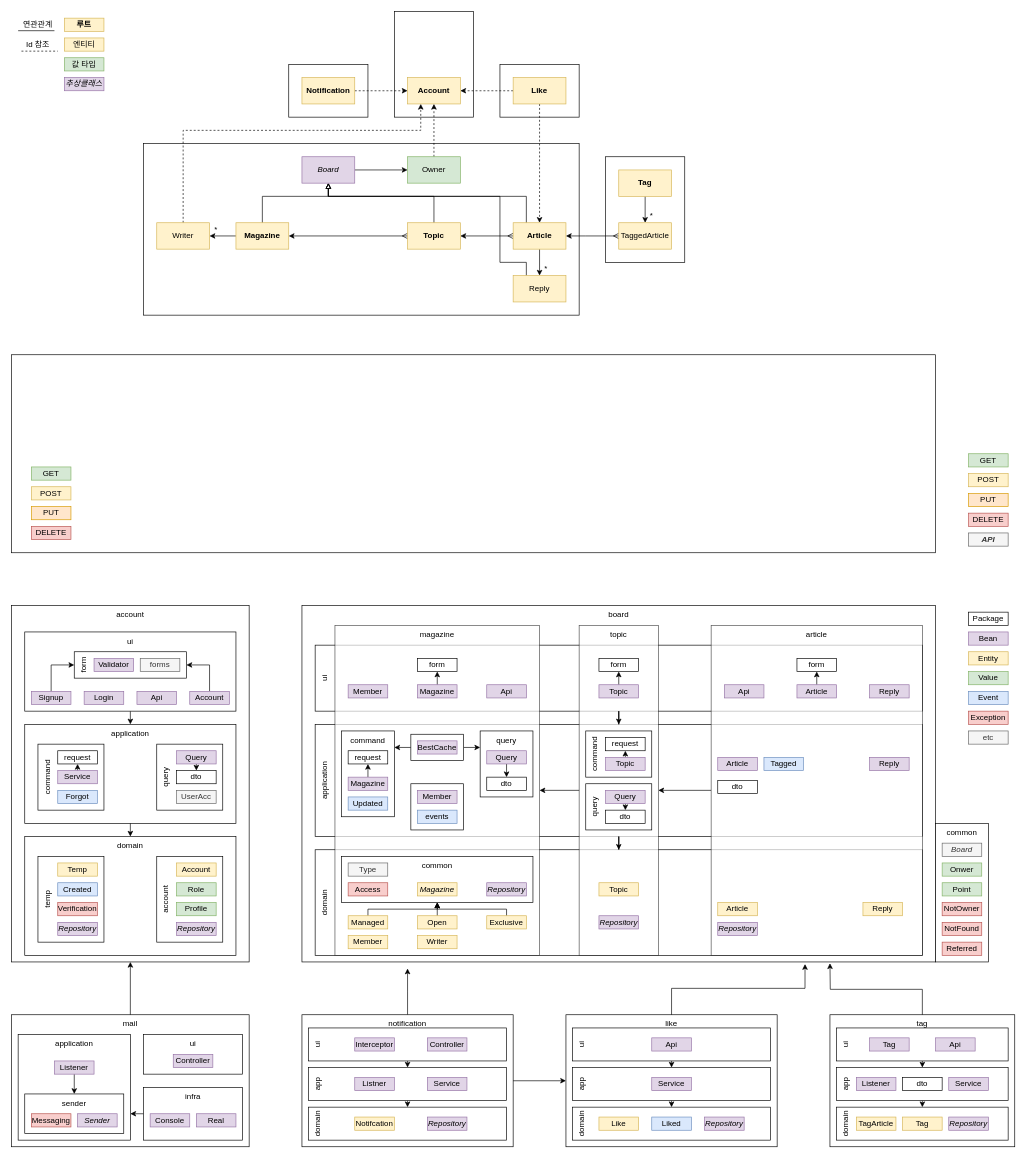
The draw.io diagram diagram.drawio in suloginscene/dinner, before the edit. Source tidied: cells renumbered, new cells numbered last; positions are measured from the earlier drawing's top-left corner, leaving out a move shared by most shapes. Both pictures are drawn from the tidied source at 66%, with x=0, y=0 at pixel (11, 11).
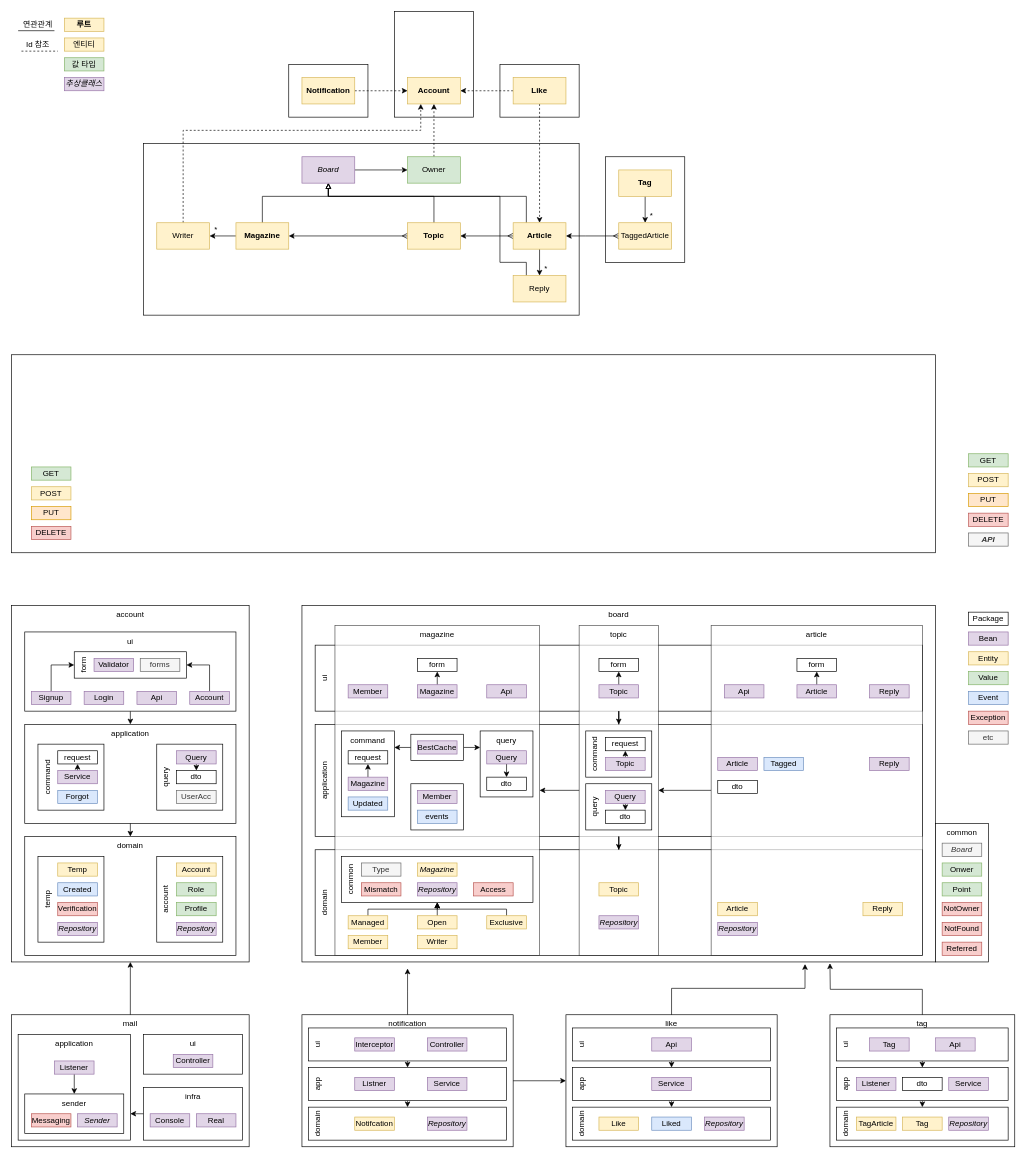
The same diagram, later.

Diff of the diagram source:
```diff
@@
-    <mxCell id="205" value="common" style="rounded=0;whiteSpace=wrap;html=1;horizontal=1;verticalAlign=top;" parent="1" vertex="1">
+    <mxCell id="205" value="common" style="rounded=0;whiteSpace=wrap;html=1;horizontal=0;verticalAlign=top;" parent="1" vertex="1">
       <mxGeometry x="500" y="1280" width="290" height="70" as="geometry" />
     </mxCell>
     <mxCell id="206" value="Magazine" style="rounded=0;whiteSpace=wrap;html=1;strokeColor=#d6b656;fillColor=#fff2cc;fontStyle=2;" parent="1" vertex="1">
-      <mxGeometry x="615" y="1320" width="60" height="20" as="geometry" />
+      <mxGeometry x="615" y="1290" width="60" height="20" as="geometry" />
     </mxCell>
     <mxCell id="207" value="Repository" style="rounded=0;whiteSpace=wrap;html=1;strokeColor=#9673a6;fillColor=#e1d5e7;fontStyle=2;" parent="1" vertex="1">
-      <mxGeometry x="720" y="1320" width="60" height="20" as="geometry" />
+      <mxGeometry x="615" y="1320" width="60" height="20" as="geometry" />
     </mxCell>
     <mxCell id="208" value="Access" style="rounded=0;whiteSpace=wrap;html=1;strokeColor=#b85450;fillColor=#f8cecc;" parent="1" vertex="1">
-      <mxGeometry x="510" y="1320" width="60" height="20" as="geometry" />
+      <mxGeometry x="700" y="1320" width="60" height="20" as="geometry" />
     </mxCell>
     <mxCell id="209" value="Type" style="rounded=0;whiteSpace=wrap;html=1;strokeColor=#666666;fillColor=#f5f5f5;fontColor=#333333;" parent="1" vertex="1">
-      <mxGeometry x="510" y="1290" width="60" height="20" as="geometry" />
+      <mxGeometry x="530" y="1290" width="60" height="20" as="geometry" />
     </mxCell>
@@
+    <mxCell id="235" value="Mismatch" style="rounded=0;whiteSpace=wrap;html=1;strokeColor=#b85450;fillColor=#f8cecc;" parent="1" vertex="1">
+      <mxGeometry x="530" y="1320" width="60" height="20" as="geometry" />
+    </mxCell>
```
